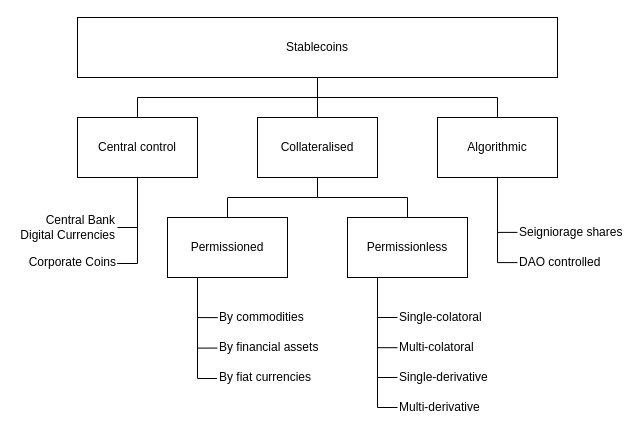
Earlier version of the draw.io diagram img/taxonomy.drawio (rwblokzijl/stablecoin-survey). Source tidied: cells renumbered, new cells numbered last; positions are measured from the earlier drawing's top-left corner, leaving out a move shared by most shapes. Both pictures are drawn from the tidied source at 100%, with x=0, y=0 at pixel (17, 17).
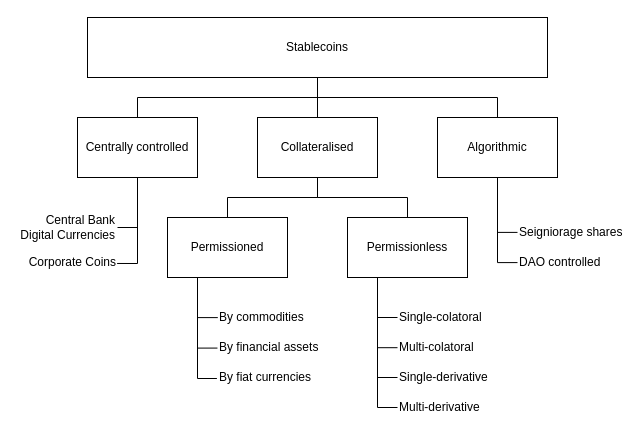
The same diagram, later.

Diff of the diagram source:
```diff
@@
     <mxCell id="5" value="Stablecoins" style="rounded=0;whiteSpace=wrap;html=1;" parent="1" vertex="1">
-      <mxGeometry x="60" width="480" height="60" as="geometry" />
+      <mxGeometry x="70" width="460" height="60" as="geometry" />
     </mxCell>
@@
-    <mxCell id="8" value="Central control" style="rounded=0;whiteSpace=wrap;html=1;" parent="1" vertex="1">
+    <mxCell id="8" value="Centrally controlled" style="rounded=0;whiteSpace=wrap;html=1;" parent="1" vertex="1">
       <mxGeometry x="60" y="100" width="120" height="60" as="geometry" />
     </mxCell>
```
